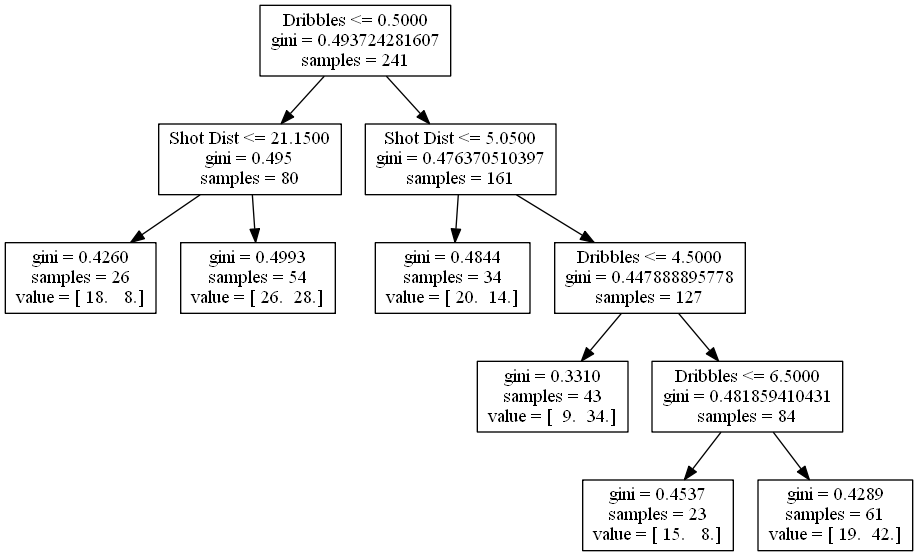
This is deron_williams.png from bveber/Analyze_NBA, a Graphviz export, as it was before one commit. Its source is kept beside it as deron_williams.dot.
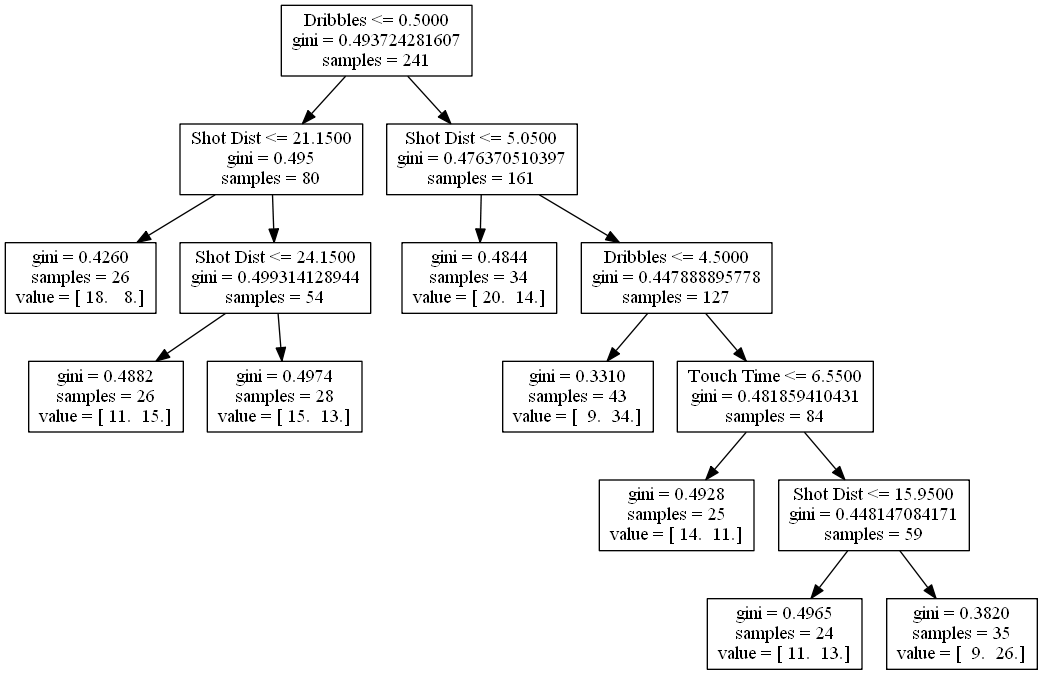
Above is the later version.

The edit, as a diff of the source:
```diff
@@ -4,20 +4,28 @@
 0 -> 1 ;
 2 [label="gini = 0.4260\nsamples = 26\nvalue = [ 18.   8.]", shape="box"] ;
 1 -> 2 ;
-3 [label="gini = 0.4993\nsamples = 54\nvalue = [ 26.  28.]", shape="box"] ;
+3 [label="Shot Dist <= 24.1500\ngini = 0.499314128944\nsamples = 54", shape="box"] ;
 1 -> 3 ;
-4 [label="Shot Dist <= 5.0500\ngini = 0.476370510397\nsamples = 161", shape="box"] ;
-0 -> 4 ;
-5 [label="gini = 0.4844\nsamples = 34\nvalue = [ 20.  14.]", shape="box"] ;
-4 -> 5 ;
-6 [label="Dribbles <= 4.5000\ngini = 0.447888895778\nsamples = 127", shape="box"] ;
-4 -> 6 ;
-7 [label="gini = 0.3310\nsamples = 43\nvalue = [  9.  34.]", shape="box"] ;
+4 [label="gini = 0.4882\nsamples = 26\nvalue = [ 11.  15.]", shape="box"] ;
+3 -> 4 ;
+5 [label="gini = 0.4974\nsamples = 28\nvalue = [ 15.  13.]", shape="box"] ;
+3 -> 5 ;
+6 [label="Shot Dist <= 5.0500\ngini = 0.476370510397\nsamples = 161", shape="box"] ;
+0 -> 6 ;
+7 [label="gini = 0.4844\nsamples = 34\nvalue = [ 20.  14.]", shape="box"] ;
 6 -> 7 ;
-8 [label="Dribbles <= 6.5000\ngini = 0.481859410431\nsamples = 84", shape="box"] ;
+8 [label="Dribbles <= 4.5000\ngini = 0.447888895778\nsamples = 127", shape="box"] ;
 6 -> 8 ;
-9 [label="gini = 0.4537\nsamples = 23\nvalue = [ 15.   8.]", shape="box"] ;
+9 [label="gini = 0.3310\nsamples = 43\nvalue = [  9.  34.]", shape="box"] ;
 8 -> 9 ;
-10 [label="gini = 0.4289\nsamples = 61\nvalue = [ 19.  42.]", shape="box"] ;
+10 [label="Touch Time <= 6.5500\ngini = 0.481859410431\nsamples = 84", shape="box"] ;
 8 -> 10 ;
+11 [label="gini = 0.4928\nsamples = 25\nvalue = [ 14.  11.]", shape="box"] ;
+10 -> 11 ;
+12 [label="Shot Dist <= 15.9500\ngini = 0.448147084171\nsamples = 59", shape="box"] ;
+10 -> 12 ;
+13 [label="gini = 0.4965\nsamples = 24\nvalue = [ 11.  13.]", shape="box"] ;
+12 -> 13 ;
+14 [label="gini = 0.3820\nsamples = 35\nvalue = [  9.  26.]", shape="box"] ;
+12 -> 14 ;
 }
```
